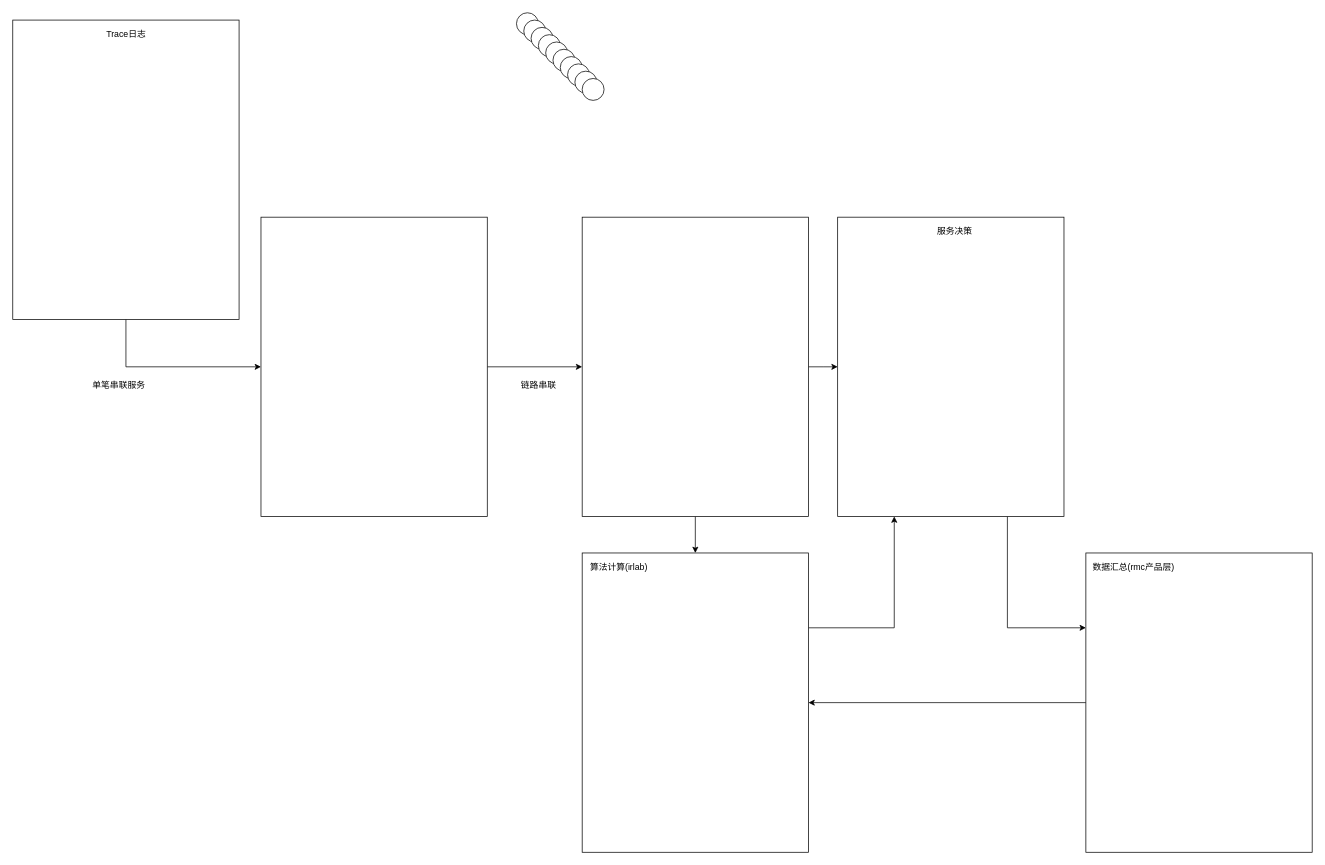
The draw.io diagram 蚂蚁金服/链路容量.drawio in frankneu/draw.io, before the edit. Source tidied: cells renumbered, new cells numbered last; positions are measured from the earlier drawing's top-left corner, leaving out a move shared by most shapes. Both pictures are drawn from the tidied source at 73%, with x=0, y=0 at pixel (12, 12).
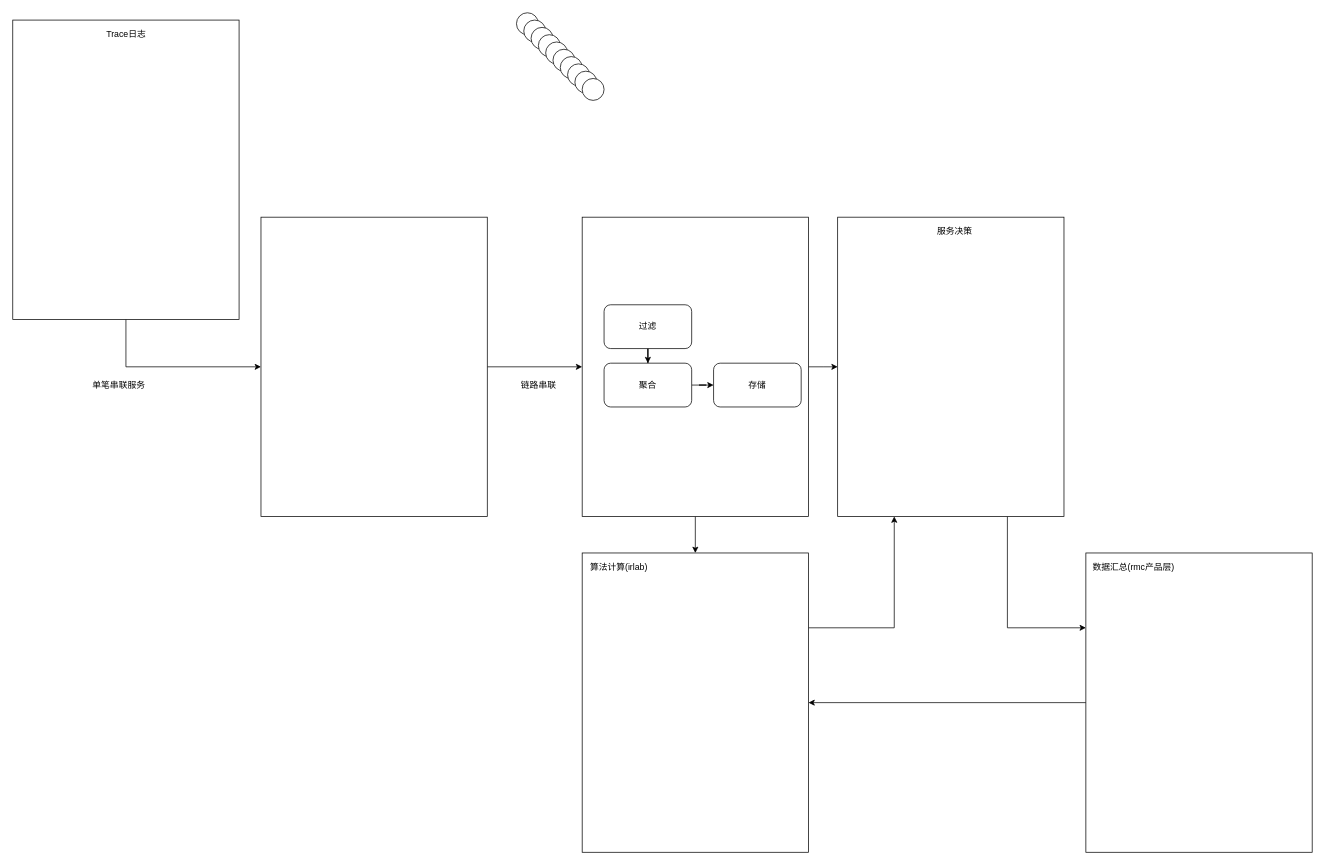
The same page after the edit.

The edit, as a diff of the source:
```diff
@@
+    <mxCell id="31" style="edgeStyle=orthogonalEdgeStyle;rounded=0;jettySize=auto;html=1;" parent="1" edge="1" source="32" target="34">
+      <mxGeometry relative="1" as="geometry" />
+    </mxCell>
+    <mxCell id="32" value="过滤" style="rounded=1;whiteSpace=wrap;html=1;" parent="1" vertex="1">
+      <mxGeometry x="810" y="400" width="120" height="60" as="geometry" />
+    </mxCell>
+    <mxCell id="33" style="edgeStyle=orthogonalEdgeStyle;rounded=0;jettySize=auto;html=1;" parent="1" edge="1" source="34" target="35">
+      <mxGeometry relative="1" as="geometry" />
+    </mxCell>
+    <mxCell id="34" value="聚合" style="rounded=1;whiteSpace=wrap;html=1;" parent="1" vertex="1">
+      <mxGeometry x="810" y="480" width="120" height="60" as="geometry" />
+    </mxCell>
+    <mxCell id="35" value="存储" style="rounded=1;whiteSpace=wrap;html=1;" parent="1" vertex="1">
+      <mxGeometry x="960" y="480" width="120" height="60" as="geometry" />
+    </mxCell>
```
